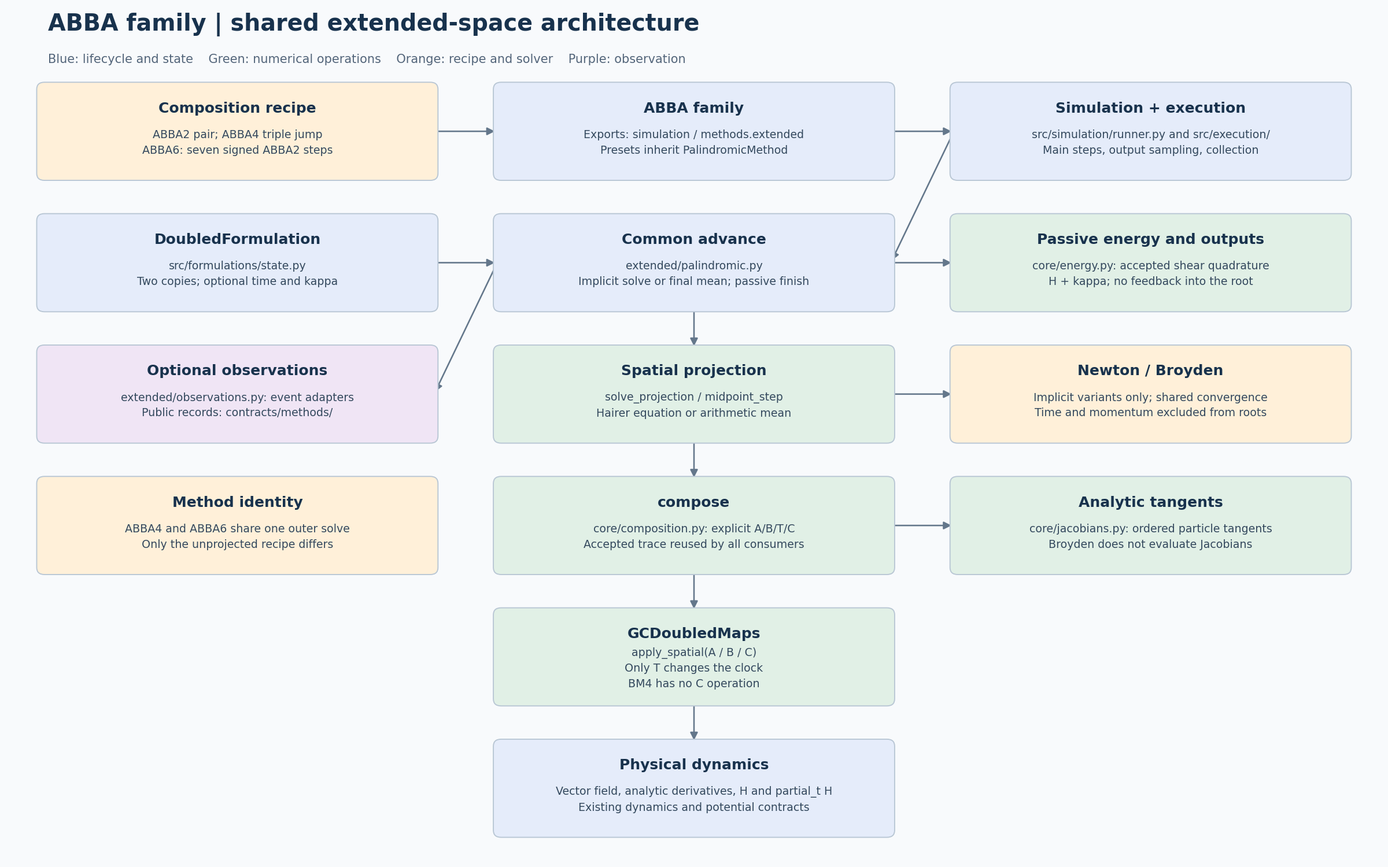
This is docs/models/abba/simulation/abba-numerical-architecture.png from Jugibe-52/GC2D_intranet, a PlantUML export, as it was before one commit. Its source is kept beside it as docs/models/abba/simulation/abba-numerical-architecture.puml.
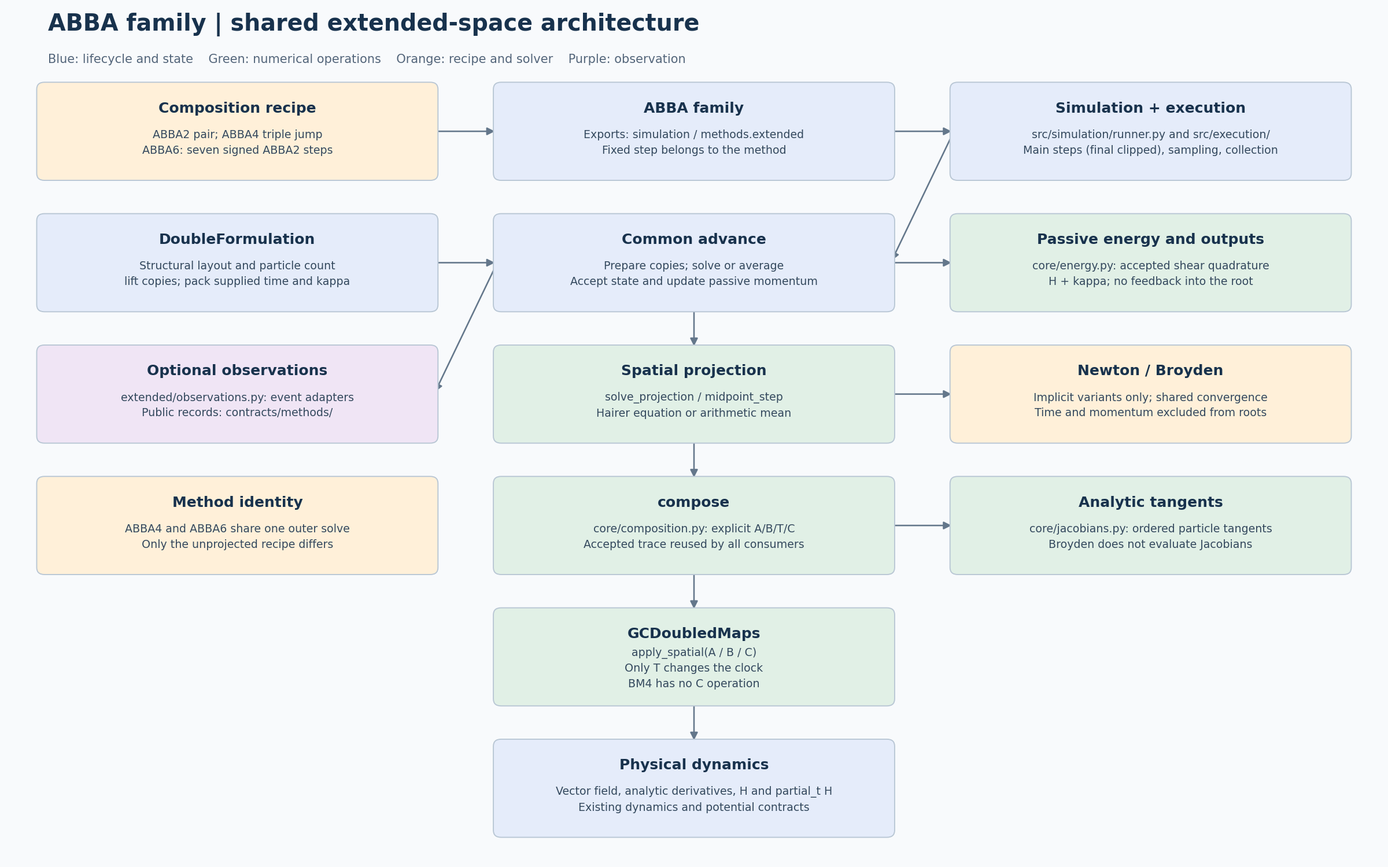
The same diagram one commit later.

What changed in the source:
```diff
@@ -3,10 +3,10 @@
   graph [rankdir=TB, bgcolor="#f8fafc"];
   node [shape=box, style="rounded,filled", fontname="DejaVu Sans"];
   recipe [label="Composition recipe\nABBA2 pair; ABBA4 triple jump\nABBA6: seven signed ABBA2 steps", fillcolor="#fff0d9"];
-  method [label="ABBA family\nExports: simulation / methods.extended\nPresets inherit PalindromicMethod", fillcolor="#e5ecfa"];
-  driver [label="Simulation + execution\nsrc/simulation/runner.py and src/execution/\nMain steps, output sampling, collection", fillcolor="#e5ecfa"];
-  state [label="DoubledFormulation\nsrc/formulations/state.py\nTwo copies; optional time and kappa", fillcolor="#e5ecfa"];
-  advance [label="Common advance\nextended/palindromic.py\nImplicit solve or final mean; passive finish", fillcolor="#e5ecfa"];
+  method [label="ABBA family\nExports: simulation / methods.extended\nFixed step belongs to the method", fillcolor="#e5ecfa"];
+  driver [label="Simulation + execution\nsrc/simulation/runner.py and src/execution/\nMain steps (final clipped), sampling, collection", fillcolor="#e5ecfa"];
+  state [label="DoubleFormulation\nStructural layout and particle count\nlift copies; pack supplied time and kappa", fillcolor="#e5ecfa"];
+  advance [label="Common advance\nPrepare copies; solve or average\nAccept state and update passive momentum", fillcolor="#e5ecfa"];
   energy [label="Passive energy and outputs\ncore/energy.py: accepted shear quadrature\nH + kappa; no feedback into the root", fillcolor="#e1f0e6"];
   observe [label="Optional observations\nextended/observations.py: event adapters\nPublic records: contracts/methods/", fillcolor="#f0e5f5"];
   projection [label="Spatial projection\nsolve_projection / midpoint_step\nHairer equation or arithmetic mean", fillcolor="#e1f0e6"];
```
